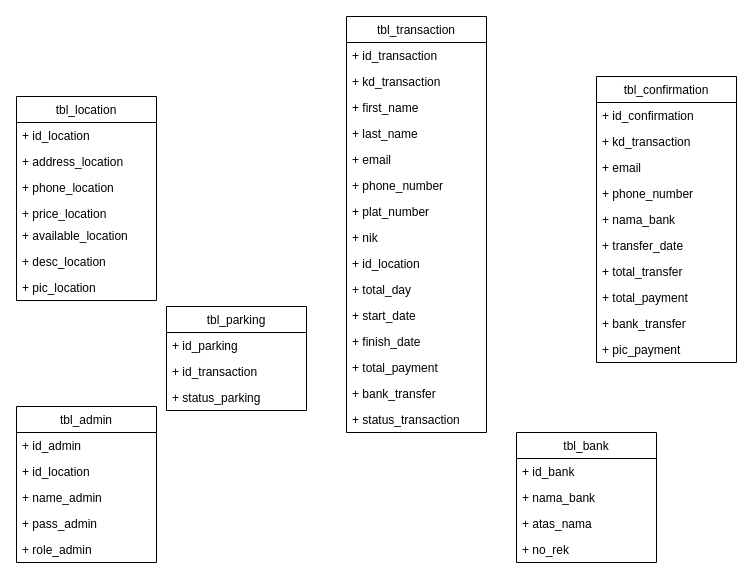
The draw.io diagram page "db carden" (7 of 7) of Untitled Diagram.drawio in coz-git/coz.github.io, before the edit. Source tidied: cells renumbered, new cells numbered last; positions are measured from the earlier drawing's top-left corner, leaving out a move shared by most shapes. Both pictures are drawn from the tidied source at 100%, with x=0, y=0 at pixel (16, 16).
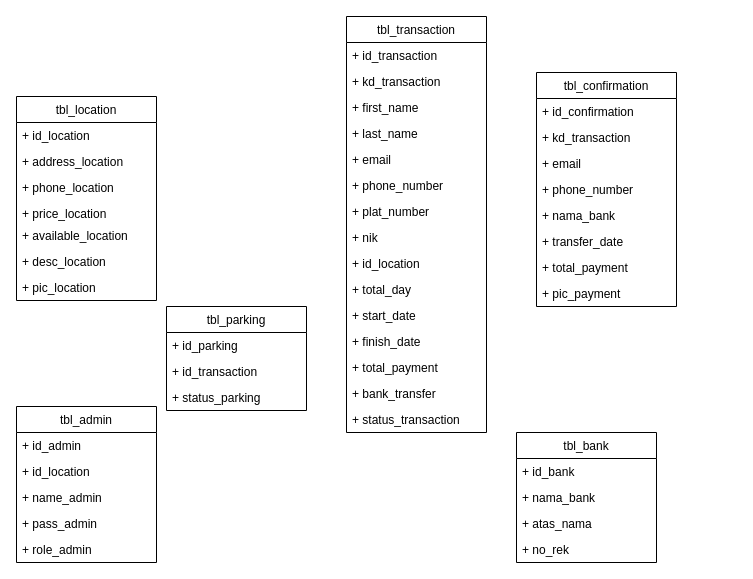
After the change.

Change to the diagram source:
```diff
@@
     <mxCell id="41" value="tbl_confirmation" style="swimlane;fontStyle=0;horizontal=1;startSize=26;fillColor=none;" parent="1" vertex="1">
-      <mxGeometry x="580" y="60" width="140" height="286" as="geometry" />
+      <mxGeometry x="520" y="56" width="140" height="234" as="geometry" />
     </mxCell>
@@
-    <mxCell id="48" value="+ total_transfer" style="text;strokeColor=none;fillColor=none;align=left;verticalAlign=top;spacingLeft=4;spacingRight=4;overflow=hidden;" parent="41" vertex="1">
-      <mxGeometry y="182" width="140" height="26" as="geometry" />
-    </mxCell>
     <mxCell id="49" value="+ total_payment" style="text;strokeColor=none;fillColor=none;align=left;verticalAlign=top;spacingLeft=4;spacingRight=4;overflow=hidden;" parent="41" vertex="1">
-      <mxGeometry y="208" width="140" height="26" as="geometry" />
+      <mxGeometry y="182" width="140" height="26" as="geometry" />
     </mxCell>
-    <mxCell id="50" value="+ bank_transfer" style="text;strokeColor=none;fillColor=none;align=left;verticalAlign=top;spacingLeft=4;spacingRight=4;overflow=hidden;" parent="41" vertex="1">
-      <mxGeometry y="234" width="140" height="26" as="geometry" />
-    </mxCell>
     <mxCell id="51" value="+ pic_payment" style="text;strokeColor=none;fillColor=none;align=left;verticalAlign=top;spacingLeft=4;spacingRight=4;overflow=hidden;" parent="41" vertex="1">
-      <mxGeometry y="260" width="140" height="26" as="geometry" />
+      <mxGeometry y="208" width="140" height="26" as="geometry" />
     </mxCell>
```
